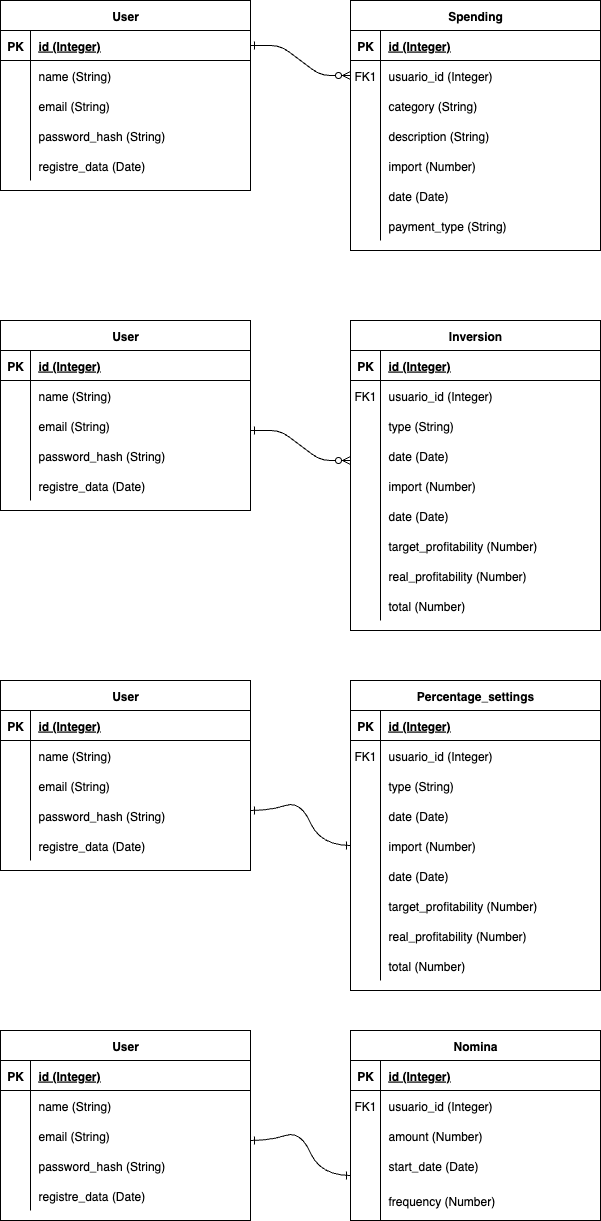
Above: docs/Diagrama sin título.png in KvaleroSor/PROYECTE--FINAL--DAW (draw.io), before the change. Source tidied: cells renumbered, new cells last; positions are measured from the earlier drawing's top-left corner, leaving out a move shared by most shapes.
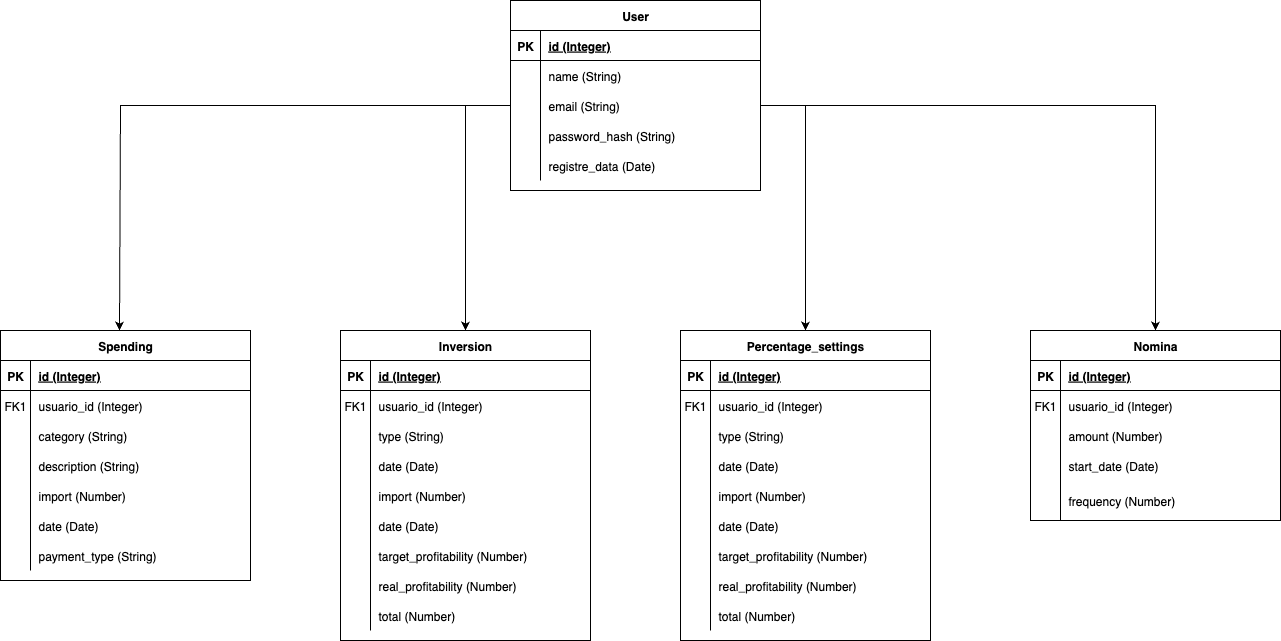
Above is the later version.

Change to the diagram source:
```diff
@@ -2,11 +2,8 @@
   <root>
     <mxCell id="0" />
     <mxCell id="1" parent="0" />
-    <mxCell id="2" style="edgeStyle=entityRelationEdgeStyle;endArrow=ERzeroToMany;startArrow=ERone;endFill=1;startFill=0;" parent="1" edge="1" source="26" target="7">
-      <mxGeometry relative="1" as="geometry" />
-    </mxCell>
     <mxCell id="3" value="Spending" style="shape=table;startSize=30;rowLines=0;fontStyle=1;align=center;" parent="1" vertex="1">
-      <mxGeometry x="350" width="250" height="250" as="geometry" />
+      <mxGeometry x="-390" y="280" width="250" height="250" as="geometry" />
     </mxCell>
     <mxCell id="4" style="shape=partialRectangle;fillColor=none;top=0;left=0;right=0;bottom=1;" parent="3" vertex="1">
       <mxGeometry y="30" width="250" height="30" as="geometry" />
@@ -72,7 +69,7 @@
       <mxGeometry x="30" width="220" height="30" as="geometry" />
     </mxCell>
     <mxCell id="25" value="User" style="shape=table;startSize=30;rowLines=0;fontStyle=1;align=center;" parent="1" vertex="1">
-      <mxGeometry width="250" height="190" as="geometry" />
+      <mxGeometry x="120" y="-50" width="250" height="190" as="geometry" />
     </mxCell>
     <mxCell id="26" style="shape=partialRectangle;fillColor=none;points=[[0,0.5],[1,0.5]];portConstraint=eastwest;top=0;left=0;right=0;bottom=1;" parent="25" vertex="1">
       <mxGeometry y="30" width="250" height="30" as="geometry" />
@@ -119,56 +116,8 @@
     <mxCell id="40" value="registre_data (Date)" style="shape=partialRectangle;overflow=hidden;fillColor=none;top=0;left=0;bottom=0;right=0;align=left;spacingLeft=6;" parent="38" vertex="1">
       <mxGeometry x="30" width="220" height="30" as="geometry" />
     </mxCell>
-    <mxCell id="41" value="User" style="shape=table;startSize=30;rowLines=0;fontStyle=1;align=center;" parent="1" vertex="1">
-      <mxGeometry y="320" width="250" height="190" as="geometry" />
-    </mxCell>
-    <mxCell id="42" style="shape=partialRectangle;fillColor=none;top=0;left=0;right=0;bottom=1;" parent="41" vertex="1">
-      <mxGeometry y="30" width="250" height="30" as="geometry" />
-    </mxCell>
-    <mxCell id="43" value="PK" style="shape=partialRectangle;overflow=hidden;fillColor=none;top=0;left=0;bottom=0;right=0;fontStyle=1;" parent="42" vertex="1">
-      <mxGeometry width="30" height="30" as="geometry" />
-    </mxCell>
-    <mxCell id="44" value="id (Integer)" style="shape=partialRectangle;overflow=hidden;fillColor=none;top=0;left=0;bottom=0;right=0;align=left;spacingLeft=6;fontStyle=5;" parent="42" vertex="1">
-      <mxGeometry x="30" width="220" height="30" as="geometry" />
-    </mxCell>
-    <mxCell id="45" style="shape=partialRectangle;fillColor=none;top=0;left=0;right=0;bottom=0;" parent="41" vertex="1">
-      <mxGeometry y="60" width="250" height="30" as="geometry" />
-    </mxCell>
-    <mxCell id="46" style="shape=partialRectangle;overflow=hidden;fillColor=none;top=0;left=0;bottom=0;right=0;" parent="45" vertex="1">
-      <mxGeometry width="30" height="30" as="geometry" />
-    </mxCell>
-    <mxCell id="47" value="name (String)" style="shape=partialRectangle;overflow=hidden;fillColor=none;top=0;left=0;bottom=0;right=0;align=left;spacingLeft=6;" parent="45" vertex="1">
-      <mxGeometry x="30" width="220" height="30" as="geometry" />
-    </mxCell>
-    <mxCell id="48" style="shape=partialRectangle;fillColor=none;top=0;left=0;right=0;bottom=0;" parent="41" vertex="1">
-      <mxGeometry y="90" width="250" height="30" as="geometry" />
-    </mxCell>
-    <mxCell id="49" style="shape=partialRectangle;overflow=hidden;fillColor=none;top=0;left=0;bottom=0;right=0;" parent="48" vertex="1">
-      <mxGeometry width="30" height="30" as="geometry" />
-    </mxCell>
-    <mxCell id="50" value="email (String)" style="shape=partialRectangle;overflow=hidden;fillColor=none;top=0;left=0;bottom=0;right=0;align=left;spacingLeft=6;" parent="48" vertex="1">
-      <mxGeometry x="30" width="220" height="30" as="geometry" />
-    </mxCell>
-    <mxCell id="51" style="shape=partialRectangle;fillColor=none;top=0;left=0;right=0;bottom=0;" parent="41" vertex="1">
-      <mxGeometry y="120" width="250" height="30" as="geometry" />
-    </mxCell>
-    <mxCell id="52" style="shape=partialRectangle;overflow=hidden;fillColor=none;top=0;left=0;bottom=0;right=0;" parent="51" vertex="1">
-      <mxGeometry width="30" height="30" as="geometry" />
-    </mxCell>
-    <mxCell id="53" value="password_hash (String)" style="shape=partialRectangle;overflow=hidden;fillColor=none;top=0;left=0;bottom=0;right=0;align=left;spacingLeft=6;" parent="51" vertex="1">
-      <mxGeometry x="30" width="220" height="30" as="geometry" />
-    </mxCell>
-    <mxCell id="54" style="shape=partialRectangle;fillColor=none;top=0;left=0;right=0;bottom=0;" parent="41" vertex="1">
-      <mxGeometry y="150" width="250" height="30" as="geometry" />
-    </mxCell>
-    <mxCell id="55" style="shape=partialRectangle;overflow=hidden;fillColor=none;top=0;left=0;bottom=0;right=0;" parent="54" vertex="1">
-      <mxGeometry width="30" height="30" as="geometry" />
-    </mxCell>
-    <mxCell id="56" value="registre_data (Date)" style="shape=partialRectangle;overflow=hidden;fillColor=none;top=0;left=0;bottom=0;right=0;align=left;spacingLeft=6;" parent="54" vertex="1">
-      <mxGeometry x="30" width="220" height="30" as="geometry" />
-    </mxCell>
     <mxCell id="57" value="Inversion" style="shape=table;startSize=30;rowLines=0;fontStyle=1;align=center;" parent="1" vertex="1">
-      <mxGeometry x="350" y="320" width="250" height="310" as="geometry" />
+      <mxGeometry x="-50" y="280" width="250" height="310" as="geometry" />
     </mxCell>
     <mxCell id="58" style="shape=partialRectangle;fillColor=none;top=0;left=0;right=0;bottom=1;" parent="57" vertex="1">
       <mxGeometry y="30" width="250" height="30" as="geometry" />
@@ -251,62 +200,8 @@
     <mxCell id="84" value="total (Number)" style="shape=partialRectangle;overflow=hidden;fillColor=none;top=0;left=0;bottom=0;right=0;align=left;spacingLeft=6;" parent="82" vertex="1">
       <mxGeometry x="30" width="220" height="30" as="geometry" />
     </mxCell>
-    <mxCell id="85" style="edgeStyle=entityRelationEdgeStyle;endArrow=ERzeroToMany;startArrow=ERone;endFill=1;startFill=0;" parent="1" edge="1">
-      <mxGeometry relative="1" as="geometry">
-        <mxPoint x="250" y="430" as="sourcePoint" />
-        <mxPoint x="350" y="460" as="targetPoint" />
-      </mxGeometry>
-    </mxCell>
-    <mxCell id="86" value="User" style="shape=table;startSize=30;rowLines=0;fontStyle=1;align=center;" parent="1" vertex="1">
-      <mxGeometry y="680" width="250" height="190" as="geometry" />
-    </mxCell>
-    <mxCell id="87" style="shape=partialRectangle;fillColor=none;top=0;left=0;right=0;bottom=1;" parent="86" vertex="1">
-      <mxGeometry y="30" width="250" height="30" as="geometry" />
-    </mxCell>
-    <mxCell id="88" value="PK" style="shape=partialRectangle;overflow=hidden;fillColor=none;top=0;left=0;bottom=0;right=0;fontStyle=1;" parent="87" vertex="1">
-      <mxGeometry width="30" height="30" as="geometry" />
-    </mxCell>
-    <mxCell id="89" value="id (Integer)" style="shape=partialRectangle;overflow=hidden;fillColor=none;top=0;left=0;bottom=0;right=0;align=left;spacingLeft=6;fontStyle=5;" parent="87" vertex="1">
-      <mxGeometry x="30" width="220" height="30" as="geometry" />
-    </mxCell>
-    <mxCell id="90" style="shape=partialRectangle;fillColor=none;top=0;left=0;right=0;bottom=0;" parent="86" vertex="1">
-      <mxGeometry y="60" width="250" height="30" as="geometry" />
-    </mxCell>
-    <mxCell id="91" style="shape=partialRectangle;overflow=hidden;fillColor=none;top=0;left=0;bottom=0;right=0;" parent="90" vertex="1">
-      <mxGeometry width="30" height="30" as="geometry" />
-    </mxCell>
-    <mxCell id="92" value="name (String)" style="shape=partialRectangle;overflow=hidden;fillColor=none;top=0;left=0;bottom=0;right=0;align=left;spacingLeft=6;" parent="90" vertex="1">
-      <mxGeometry x="30" width="220" height="30" as="geometry" />
-    </mxCell>
-    <mxCell id="93" style="shape=partialRectangle;fillColor=none;top=0;left=0;right=0;bottom=0;" parent="86" vertex="1">
-      <mxGeometry y="90" width="250" height="30" as="geometry" />
-    </mxCell>
-    <mxCell id="94" style="shape=partialRectangle;overflow=hidden;fillColor=none;top=0;left=0;bottom=0;right=0;" parent="93" vertex="1">
-      <mxGeometry width="30" height="30" as="geometry" />
-    </mxCell>
-    <mxCell id="95" value="email (String)" style="shape=partialRectangle;overflow=hidden;fillColor=none;top=0;left=0;bottom=0;right=0;align=left;spacingLeft=6;" parent="93" vertex="1">
-      <mxGeometry x="30" width="220" height="30" as="geometry" />
-    </mxCell>
-    <mxCell id="96" style="shape=partialRectangle;fillColor=none;top=0;left=0;right=0;bottom=0;" parent="86" vertex="1">
-      <mxGeometry y="120" width="250" height="30" as="geometry" />
-    </mxCell>
-    <mxCell id="97" style="shape=partialRectangle;overflow=hidden;fillColor=none;top=0;left=0;bottom=0;right=0;" parent="96" vertex="1">
-      <mxGeometry width="30" height="30" as="geometry" />
-    </mxCell>
-    <mxCell id="98" value="password_hash (String)" style="shape=partialRectangle;overflow=hidden;fillColor=none;top=0;left=0;bottom=0;right=0;align=left;spacingLeft=6;" parent="96" vertex="1">
-      <mxGeometry x="30" width="220" height="30" as="geometry" />
-    </mxCell>
-    <mxCell id="99" style="shape=partialRectangle;fillColor=none;top=0;left=0;right=0;bottom=0;" parent="86" vertex="1">
-      <mxGeometry y="150" width="250" height="30" as="geometry" />
-    </mxCell>
-    <mxCell id="100" style="shape=partialRectangle;overflow=hidden;fillColor=none;top=0;left=0;bottom=0;right=0;" parent="99" vertex="1">
-      <mxGeometry width="30" height="30" as="geometry" />
-    </mxCell>
-    <mxCell id="101" value="registre_data (Date)" style="shape=partialRectangle;overflow=hidden;fillColor=none;top=0;left=0;bottom=0;right=0;align=left;spacingLeft=6;" parent="99" vertex="1">
-      <mxGeometry x="30" width="220" height="30" as="geometry" />
-    </mxCell>
     <mxCell id="102" value="Percentage_settings" style="shape=table;startSize=30;rowLines=0;fontStyle=1;align=center;" parent="1" vertex="1">
-      <mxGeometry x="350" y="680" width="250" height="310" as="geometry" />
+      <mxGeometry x="290" y="280" width="250" height="310" as="geometry" />
     </mxCell>
     <mxCell id="103" style="shape=partialRectangle;fillColor=none;top=0;left=0;right=0;bottom=1;" parent="102" vertex="1">
       <mxGeometry y="30" width="250" height="30" as="geometry" />
@@ -389,66 +284,8 @@
     <mxCell id="129" value="total (Number)" style="shape=partialRectangle;overflow=hidden;fillColor=none;top=0;left=0;bottom=0;right=0;align=left;spacingLeft=6;" parent="127" vertex="1">
       <mxGeometry x="30" width="220" height="30" as="geometry" />
     </mxCell>
-    <mxCell id="130" style="curved=1;endArrow=ERone;html=1;rounded=0;entryX=0;entryY=0.5;entryDx=0;entryDy=0;endFill=0;startArrow=ERone;startFill=0;" parent="1" edge="1" target="115">
-      <mxGeometry relative="1" as="geometry">
-        <mxPoint x="250" y="810" as="sourcePoint" />
-        <Array as="points">
-          <mxPoint x="270" y="810" />
-          <mxPoint x="300" y="800" />
-          <mxPoint x="320" y="845" />
-        </Array>
-      </mxGeometry>
-    </mxCell>
-    <mxCell id="131" value="User" style="shape=table;startSize=30;rowLines=0;fontStyle=1;align=center;" parent="1" vertex="1">
-      <mxGeometry y="1030" width="250" height="190" as="geometry" />
-    </mxCell>
-    <mxCell id="132" style="shape=partialRectangle;fillColor=none;top=0;left=0;right=0;bottom=1;" parent="131" vertex="1">
-      <mxGeometry y="30" width="250" height="30" as="geometry" />
-    </mxCell>
-    <mxCell id="133" value="PK" style="shape=partialRectangle;overflow=hidden;fillColor=none;top=0;left=0;bottom=0;right=0;fontStyle=1;" parent="132" vertex="1">
-      <mxGeometry width="30" height="30" as="geometry" />
-    </mxCell>
-    <mxCell id="134" value="id (Integer)" style="shape=partialRectangle;overflow=hidden;fillColor=none;top=0;left=0;bottom=0;right=0;align=left;spacingLeft=6;fontStyle=5;" parent="132" vertex="1">
-      <mxGeometry x="30" width="220" height="30" as="geometry" />
-    </mxCell>
-    <mxCell id="135" style="shape=partialRectangle;fillColor=none;top=0;left=0;right=0;bottom=0;" parent="131" vertex="1">
-      <mxGeometry y="60" width="250" height="30" as="geometry" />
-    </mxCell>
-    <mxCell id="136" style="shape=partialRectangle;overflow=hidden;fillColor=none;top=0;left=0;bottom=0;right=0;" parent="135" vertex="1">
-      <mxGeometry width="30" height="30" as="geometry" />
-    </mxCell>
-    <mxCell id="137" value="name (String)" style="shape=partialRectangle;overflow=hidden;fillColor=none;top=0;left=0;bottom=0;right=0;align=left;spacingLeft=6;" parent="135" vertex="1">
-      <mxGeometry x="30" width="220" height="30" as="geometry" />
-    </mxCell>
-    <mxCell id="138" style="shape=partialRectangle;fillColor=none;top=0;left=0;right=0;bottom=0;" parent="131" vertex="1">
-      <mxGeometry y="90" width="250" height="30" as="geometry" />
-    </mxCell>
-    <mxCell id="139" style="shape=partialRectangle;overflow=hidden;fillColor=none;top=0;left=0;bottom=0;right=0;" parent="138" vertex="1">
-      <mxGeometry width="30" height="30" as="geometry" />
-    </mxCell>
-    <mxCell id="140" value="email (String)" style="shape=partialRectangle;overflow=hidden;fillColor=none;top=0;left=0;bottom=0;right=0;align=left;spacingLeft=6;" parent="138" vertex="1">
-      <mxGeometry x="30" width="220" height="30" as="geometry" />
-    </mxCell>
-    <mxCell id="141" style="shape=partialRectangle;fillColor=none;top=0;left=0;right=0;bottom=0;" parent="131" vertex="1">
-      <mxGeometry y="120" width="250" height="30" as="geometry" />
-    </mxCell>
-    <mxCell id="142" style="shape=partialRectangle;overflow=hidden;fillColor=none;top=0;left=0;bottom=0;right=0;" parent="141" vertex="1">
-      <mxGeometry width="30" height="30" as="geometry" />
-    </mxCell>
-    <mxCell id="143" value="password_hash (String)" style="shape=partialRectangle;overflow=hidden;fillColor=none;top=0;left=0;bottom=0;right=0;align=left;spacingLeft=6;" parent="141" vertex="1">
-      <mxGeometry x="30" width="220" height="30" as="geometry" />
-    </mxCell>
-    <mxCell id="144" style="shape=partialRectangle;fillColor=none;top=0;left=0;right=0;bottom=0;" parent="131" vertex="1">
-      <mxGeometry y="150" width="250" height="30" as="geometry" />
-    </mxCell>
-    <mxCell id="145" style="shape=partialRectangle;overflow=hidden;fillColor=none;top=0;left=0;bottom=0;right=0;" parent="144" vertex="1">
-      <mxGeometry width="30" height="30" as="geometry" />
-    </mxCell>
-    <mxCell id="146" value="registre_data (Date)" style="shape=partialRectangle;overflow=hidden;fillColor=none;top=0;left=0;bottom=0;right=0;align=left;spacingLeft=6;" parent="144" vertex="1">
-      <mxGeometry x="30" width="220" height="30" as="geometry" />
-    </mxCell>
     <mxCell id="147" value="Nomina" style="shape=table;startSize=30;rowLines=0;fontStyle=1;align=center;" parent="1" vertex="1">
-      <mxGeometry x="350" y="1030" width="250" height="190" as="geometry" />
+      <mxGeometry x="640" y="280" width="250" height="190" as="geometry" />
     </mxCell>
     <mxCell id="148" style="shape=partialRectangle;fillColor=none;top=0;left=0;right=0;bottom=1;" parent="147" vertex="1">
       <mxGeometry y="30" width="250" height="30" as="geometry" />
@@ -495,16 +332,33 @@
     <mxCell id="162" value="frequency (Number)" style="shape=partialRectangle;overflow=hidden;fillColor=none;top=0;left=0;bottom=0;right=0;align=left;spacingLeft=6;" parent="160" vertex="1">
       <mxGeometry x="30" width="220" height="40" as="geometry" />
     </mxCell>
-    <mxCell id="163" style="curved=1;endArrow=ERone;html=1;rounded=0;entryX=0;entryY=0.5;entryDx=0;entryDy=0;endFill=0;startArrow=ERone;startFill=0;" parent="1" edge="1">
-      <mxGeometry relative="1" as="geometry">
-        <mxPoint x="250" y="1140" as="sourcePoint" />
-        <mxPoint x="350" y="1175" as="targetPoint" />
-        <Array as="points">
-          <mxPoint x="270" y="1140" />
-          <mxPoint x="300" y="1130" />
-          <mxPoint x="320" y="1175" />
-        </Array>
-      </mxGeometry>
-    </mxCell>
+    <mxCell id="164" style="endArrow=classic;html=1;rounded=0;exitX=0;exitY=0.5;exitDx=0;exitDy=0;entryX=0.476;entryY=0;entryDx=0;entryDy=0;entryPerimeter=0;" parent="1" edge="1" source="32" target="3">
+      <mxGeometry relative="1" as="geometry">
+        <Array as="points">
+          <mxPoint x="-270" y="55" />
+        </Array>
+      </mxGeometry>
+    </mxCell>
+    <mxCell id="165" style="endArrow=classic;html=1;rounded=0;entryX=0.5;entryY=0;entryDx=0;entryDy=0;exitX=0;exitY=0.5;exitDx=0;exitDy=0;" parent="1" edge="1" source="32" target="57">
+      <mxGeometry relative="1" as="geometry">
+        <Array as="points">
+          <mxPoint x="75" y="55" />
+        </Array>
+      </mxGeometry>
+    </mxCell>
+    <mxCell id="166" style="endArrow=classic;html=1;rounded=0;entryX=0.5;entryY=0;entryDx=0;entryDy=0;exitX=1;exitY=0.5;exitDx=0;exitDy=0;" parent="1" edge="1" source="32" target="102">
+      <mxGeometry relative="1" as="geometry">
+        <Array as="points">
+          <mxPoint x="415" y="55" />
+        </Array>
+      </mxGeometry>
+    </mxCell>
+    <mxCell id="167" style="endArrow=classic;html=1;rounded=0;entryX=0.5;entryY=0;entryDx=0;entryDy=0;exitX=1;exitY=0.5;exitDx=0;exitDy=0;" parent="1" edge="1" source="32" target="147">
+      <mxGeometry relative="1" as="geometry">
+        <Array as="points">
+          <mxPoint x="765" y="55" />
+        </Array>
+      </mxGeometry>
+    </mxCell>
   </root>
 </mxGraphModel>
```
